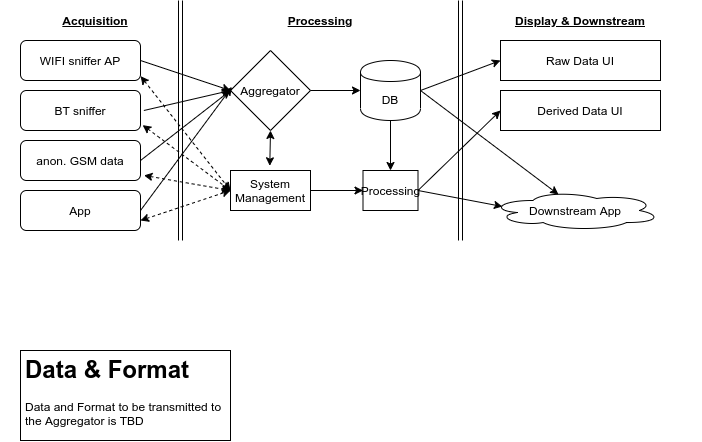
WVV-0012-72/StayOrGo.design keeps this draw.io diagram as tech overview.png. Above is the earlier version. Source tidied: cells renumbered, new cells last; positions are measured from the earlier drawing's top-left corner, leaving out a move shared by most shapes.
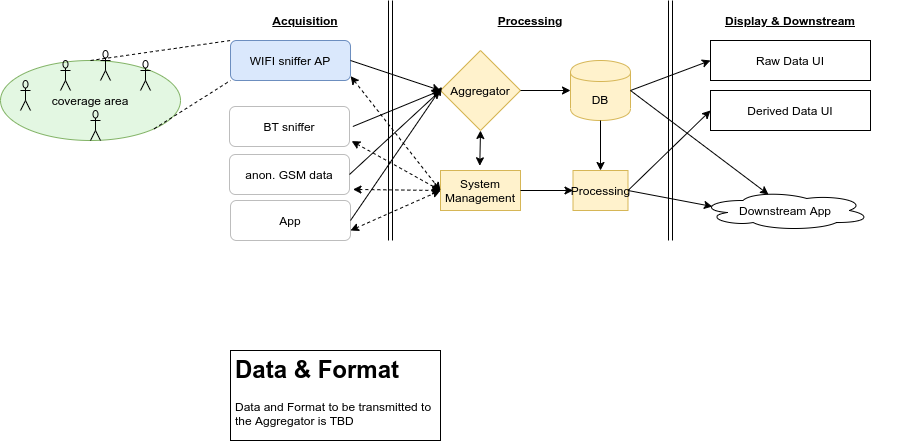
Above is the later version.

Diff of the diagram source:
```diff
@@ -5,17 +5,17 @@
     <mxCell id="2" value="&lt;b&gt;&lt;u&gt;Processing&lt;/u&gt;&lt;/b&gt;" style="text;html=1;strokeColor=none;fillColor=none;align=center;verticalAlign=middle;whiteSpace=wrap;rounded=0;" parent="1" vertex="1">
       <mxGeometry x="180" y="10" width="280" height="20" as="geometry" />
     </mxCell>
-    <mxCell id="3" value="WIFI sniffer AP" style="rounded=1;whiteSpace=wrap;html=1;" parent="1" vertex="1">
+    <mxCell id="3" value="WIFI sniffer AP" style="rounded=1;whiteSpace=wrap;html=1;fillColor=#dae8fc;strokeColor=#6c8ebf;" parent="1" vertex="1">
       <mxGeometry x="20" y="40" width="120" height="40" as="geometry" />
     </mxCell>
-    <mxCell id="4" value="BT sniffer" style="rounded=1;whiteSpace=wrap;html=1;" parent="1" vertex="1">
-      <mxGeometry x="20" y="90" width="120" height="40" as="geometry" />
+    <mxCell id="4" value="BT sniffer" style="rounded=1;whiteSpace=wrap;html=1;strokeColor=#BDBDBD;" parent="1" vertex="1">
+      <mxGeometry x="19" y="106" width="120" height="40" as="geometry" />
     </mxCell>
-    <mxCell id="5" value="anon. GSM data" style="rounded=1;whiteSpace=wrap;html=1;" parent="1" vertex="1">
-      <mxGeometry x="20" y="140" width="120" height="40" as="geometry" />
+    <mxCell id="5" value="anon. GSM data" style="rounded=1;whiteSpace=wrap;html=1;strokeColor=#BDBDBD;" parent="1" vertex="1">
+      <mxGeometry x="19" y="154" width="120" height="40" as="geometry" />
     </mxCell>
-    <mxCell id="6" value="App" style="rounded=1;whiteSpace=wrap;html=1;" parent="1" vertex="1">
-      <mxGeometry x="20" y="190" width="120" height="40" as="geometry" />
+    <mxCell id="6" value="App" style="rounded=1;whiteSpace=wrap;html=1;strokeColor=#BDBDBD;" parent="1" vertex="1">
+      <mxGeometry x="20" y="200" width="120" height="40" as="geometry" />
     </mxCell>
     <mxCell id="7" style="shape=link;html=1;" parent="1" edge="1">
       <mxGeometry relative="1" as="geometry">
@@ -26,7 +26,7 @@
     <mxCell id="8" value="&lt;b&gt;&lt;u&gt;Acquisition&lt;/u&gt;&lt;/b&gt;" style="text;html=1;strokeColor=none;fillColor=none;align=center;verticalAlign=middle;whiteSpace=wrap;rounded=0;" parent="1" vertex="1">
       <mxGeometry y="10" width="190" height="20" as="geometry" />
     </mxCell>
-    <mxCell id="9" value="Aggregator" style="rhombus;whiteSpace=wrap;html=1;" parent="1" vertex="1">
+    <mxCell id="9" value="Aggregator" style="rhombus;whiteSpace=wrap;html=1;fillColor=#fff2cc;strokeColor=#d6b656;" parent="1" vertex="1">
       <mxGeometry x="230" y="50" width="80" height="80" as="geometry" />
     </mxCell>
     <mxCell id="10" style="endArrow=classic;html=1;exitX=1;exitY=0.5;exitDx=0;exitDy=0;entryX=0;entryY=0.5;entryDx=0;entryDy=0;" parent="1" edge="1" source="5" target="9">
@@ -41,7 +41,7 @@
     <mxCell id="13" style="endArrow=classic;html=1;exitX=1;exitY=0.5;exitDx=0;exitDy=0;entryX=0;entryY=0.5;entryDx=0;entryDy=0;" parent="1" edge="1" source="3" target="9">
       <mxGeometry relative="1" as="geometry" />
     </mxCell>
-    <mxCell id="14" value="DB" style="shape=cylinder;whiteSpace=wrap;html=1;boundedLbl=1;backgroundOutline=1;" parent="1" vertex="1">
+    <mxCell id="14" value="DB" style="shape=cylinder;whiteSpace=wrap;html=1;boundedLbl=1;backgroundOutline=1;fillColor=#fff2cc;strokeColor=#d6b656;" parent="1" vertex="1">
       <mxGeometry x="360" y="60" width="60" height="60" as="geometry" />
     </mxCell>
     <mxCell id="15" style="endArrow=classic;html=1;entryX=0;entryY=0.5;entryDx=0;entryDy=0;exitX=1;exitY=0.5;exitDx=0;exitDy=0;" parent="1" edge="1" source="9" target="14">
@@ -58,10 +58,10 @@
         <mxPoint x="390" y="120" as="sourcePoint" />
       </mxGeometry>
     </mxCell>
-    <mxCell id="18" value="System Management" style="rounded=0;whiteSpace=wrap;html=1;" parent="1" vertex="1">
+    <mxCell id="18" value="System Management" style="rounded=0;whiteSpace=wrap;html=1;fillColor=#fff2cc;strokeColor=#d6b656;" parent="1" vertex="1">
       <mxGeometry x="230" y="170" width="80" height="40" as="geometry" />
     </mxCell>
-    <mxCell id="19" value="Processing" style="rounded=0;whiteSpace=wrap;html=1;" parent="1" vertex="1">
+    <mxCell id="19" value="Processing" style="rounded=0;whiteSpace=wrap;html=1;fillColor=#fff2cc;strokeColor=#d6b656;" parent="1" vertex="1">
       <mxGeometry x="362.5" y="170" width="55" height="40" as="geometry" />
     </mxCell>
     <mxCell id="20" value="Raw Data UI" style="rounded=0;whiteSpace=wrap;html=1;" parent="1" vertex="1">
@@ -119,5 +119,29 @@
     <mxCell id="34" style="endArrow=classic;html=1;exitX=1;exitY=0.5;exitDx=0;exitDy=0;entryX=0;entryY=0.5;entryDx=0;entryDy=0;" parent="1" edge="1" source="18" target="19">
       <mxGeometry relative="1" as="geometry" />
     </mxCell>
+    <mxCell id="35" value="coverage area" style="ellipse;whiteSpace=wrap;html=1;strokeColor=#82b366;fillColor=#E3F7E2;" parent="1" vertex="1">
+      <mxGeometry x="-210" y="60" width="180" height="80" as="geometry" />
+    </mxCell>
+    <mxCell id="36" style="endArrow=none;dashed=1;html=1;entryX=0;entryY=0;entryDx=0;entryDy=0;exitX=0.5;exitY=0;exitDx=0;exitDy=0;" parent="1" edge="1" source="35" target="3">
+      <mxGeometry relative="1" as="geometry" />
+    </mxCell>
+    <mxCell id="37" style="endArrow=none;dashed=1;html=1;entryX=0;entryY=1;entryDx=0;entryDy=0;exitX=1;exitY=1;exitDx=0;exitDy=0;" parent="1" edge="1" source="35" target="3">
+      <mxGeometry relative="1" as="geometry" />
+    </mxCell>
+    <mxCell id="38" style="shape=umlActor;verticalLabelPosition=bottom;labelBackgroundColor=#ffffff;verticalAlign=top;html=1;strokeColor=#000000;fillColor=none;" parent="1" vertex="1">
+      <mxGeometry x="-190" y="80" width="10" height="30" as="geometry" />
+    </mxCell>
+    <mxCell id="39" style="shape=umlActor;verticalLabelPosition=bottom;labelBackgroundColor=#ffffff;verticalAlign=top;html=1;strokeColor=#000000;fillColor=none;" parent="1" vertex="1">
+      <mxGeometry x="-150" y="60" width="10" height="30" as="geometry" />
+    </mxCell>
+    <mxCell id="40" style="shape=umlActor;verticalLabelPosition=bottom;labelBackgroundColor=#ffffff;verticalAlign=top;html=1;strokeColor=#000000;fillColor=none;" parent="1" vertex="1">
+      <mxGeometry x="-70" y="60" width="10" height="30" as="geometry" />
+    </mxCell>
+    <mxCell id="41" style="shape=umlActor;verticalLabelPosition=bottom;labelBackgroundColor=#ffffff;verticalAlign=top;html=1;strokeColor=#000000;fillColor=none;" parent="1" vertex="1">
+      <mxGeometry x="-110" y="50" width="10" height="30" as="geometry" />
+    </mxCell>
+    <mxCell id="42" style="shape=umlActor;verticalLabelPosition=bottom;labelBackgroundColor=#ffffff;verticalAlign=top;html=1;strokeColor=#000000;fillColor=none;" parent="1" vertex="1">
+      <mxGeometry x="-120" y="110" width="10" height="30" as="geometry" />
+    </mxCell>
   </root>
 </mxGraphModel>
```
